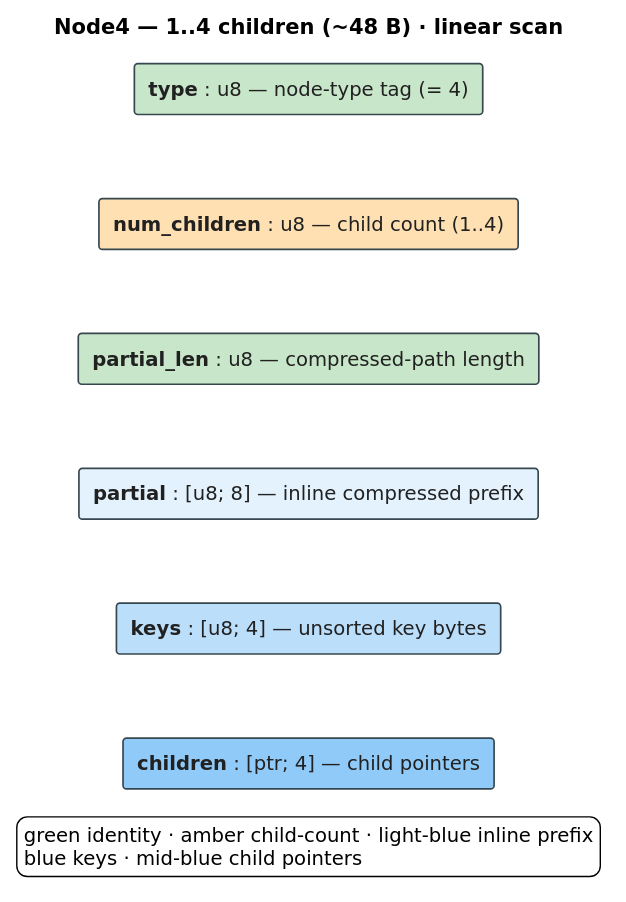
The PlantUML diagram docs/diagrams/art-node4-fields.svg in vinary-tree/libdictenstein, before a commit. Its source is kept beside it as docs/diagrams/src/art-node4-fields.puml. Its diagram source:
```plantuml
@startuml art-node4-fields
skinparam defaultFontSize 14
skinparam shadowing false
skinparam backgroundColor #FFFFFF
skinparam defaultFontName "DejaVu Sans"
skinparam rectangle {
  BorderColor #37474F
  FontColor #212121
  BorderThickness 1.2
}
skinparam TitleFontSize 15

title Node4 — 1..4 children (~48 B) · linear scan

rectangle "**type** : u8 — node-type tag (= 4)" as R0 #C8E6C9
rectangle "**num_children** : u8 — child count (1..4)" as R1 #FFE0B2
rectangle "**partial_len** : u8 — compressed-path length" as R2 #C8E6C9
rectangle "**partial** : [u8; 8] — inline compressed prefix" as R3 #E3F2FD
rectangle "**keys** : [u8; 4] — unsorted key bytes" as R4 #BBDEFB
rectangle "**children** : [ptr; 4] — child pointers" as R5 #90CAF9

R0 -[hidden]down- R1
R1 -[hidden]down- R2
R2 -[hidden]down- R3
R3 -[hidden]down- R4
R4 -[hidden]down- R5

legend bottom
  green identity · amber child-count · light-blue inline prefix
  blue keys · mid-blue child pointers
endlegend
@enduml
```
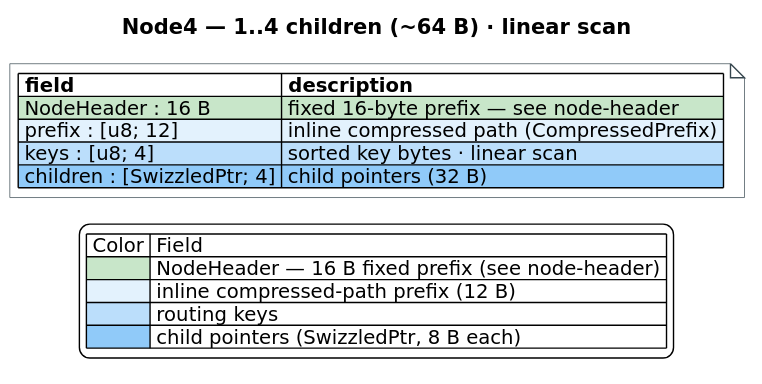
The same diagram one commit later.

The edit, as a diff of the source:
```diff
@@ -3,30 +3,28 @@
 skinparam shadowing false
 skinparam backgroundColor #FFFFFF
 skinparam defaultFontName "DejaVu Sans"
-skinparam rectangle {
+skinparam TitleFontSize 15
+skinparam noteFontSize 14
+skinparam note {
+  BackgroundColor #FFFFFF
   BorderColor #37474F
-  FontColor #212121
-  BorderThickness 1.2
 }
-skinparam TitleFontSize 15
 
-title Node4 — 1..4 children (~48 B) · linear scan
+title Node4 — 1..4 children (~64 B) · linear scan
 
-rectangle "**type** : u8 — node-type tag (= 4)" as R0 #C8E6C9
-rectangle "**num_children** : u8 — child count (1..4)" as R1 #FFE0B2
-rectangle "**partial_len** : u8 — compressed-path length" as R2 #C8E6C9
-rectangle "**partial** : [u8; 8] — inline compressed prefix" as R3 #E3F2FD
-rectangle "**keys** : [u8; 4] — unsorted key bytes" as R4 #BBDEFB
-rectangle "**children** : [ptr; 4] — child pointers" as R5 #90CAF9
-
-R0 -[hidden]down- R1
-R1 -[hidden]down- R2
-R2 -[hidden]down- R3
-R3 -[hidden]down- R4
-R4 -[hidden]down- R5
+note as N4
+|= field |= description |
+|<#C8E6C9> NodeHeader : 16 B |<#C8E6C9> fixed 16-byte prefix — see node-header |
+|<#E3F2FD> prefix : [u8; 12] |<#E3F2FD> inline compressed path (CompressedPrefix) |
+|<#BBDEFB> keys : [u8; 4] |<#BBDEFB> sorted key bytes · linear scan |
+|<#90CAF9> children : [SwizzledPtr; 4] |<#90CAF9> child pointers (32 B) |
+end note
 
 legend bottom
-  green identity · amber child-count · light-blue inline prefix
-  blue keys · mid-blue child pointers
+| Color | Field |
+|<#C8E6C9>| NodeHeader — 16 B fixed prefix (see node-header) |
+|<#E3F2FD>| inline compressed-path prefix (12 B) |
+|<#BBDEFB>| routing keys |
+|<#90CAF9>| child pointers (SwizzledPtr, 8 B each) |
 endlegend
 @enduml
```
